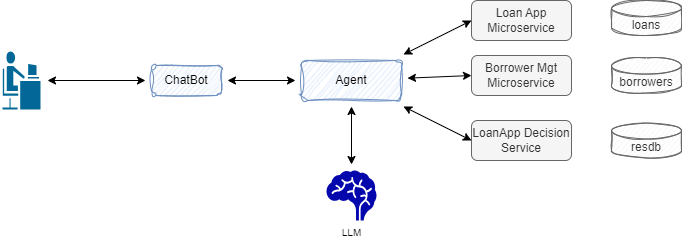
Above: docs/diagrams/hl-arch.drawio.png in AthenaDecisionSystems/athena-owl-demos (draw.io), before the change. Source tidied: cells renumbered, new cells last; positions are measured from the earlier drawing's top-left corner, leaving out a move shared by most shapes.
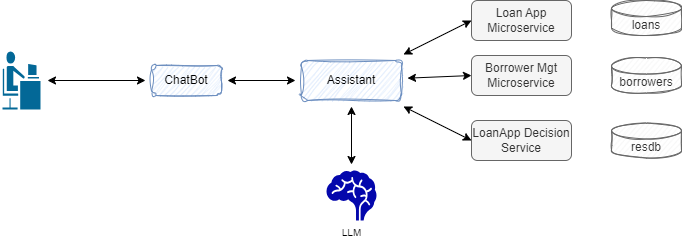
Above is the later version.

What changed in the source:
```diff
@@ -26,7 +26,7 @@
     <mxCell id="9" style="edgeStyle=none;html=1;fontSize=10;startArrow=classic;startFill=1;sourcePerimeterSpacing=6;targetPerimeterSpacing=6;" parent="1" edge="1" source="10" target="17">
       <mxGeometry relative="1" as="geometry" />
     </mxCell>
-    <mxCell id="10" value="Agent" style="rounded=1;whiteSpace=wrap;html=1;fillColor=#dae8fc;strokeColor=#6c8ebf;sketch=1;curveFitting=1;jiggle=2;" parent="1" vertex="1">
+    <mxCell id="10" value="Assistant" style="rounded=1;whiteSpace=wrap;html=1;fillColor=#dae8fc;strokeColor=#6c8ebf;sketch=1;curveFitting=1;jiggle=2;" parent="1" vertex="1">
       <mxGeometry x="300" y="60" width="100" height="40" as="geometry" />
     </mxCell>
     <mxCell id="11" value="Borrower Mgt Microservice" style="rounded=1;whiteSpace=wrap;html=1;fillColor=#f5f5f5;fontColor=#333333;strokeColor=#666666;" parent="1" vertex="1">
```
